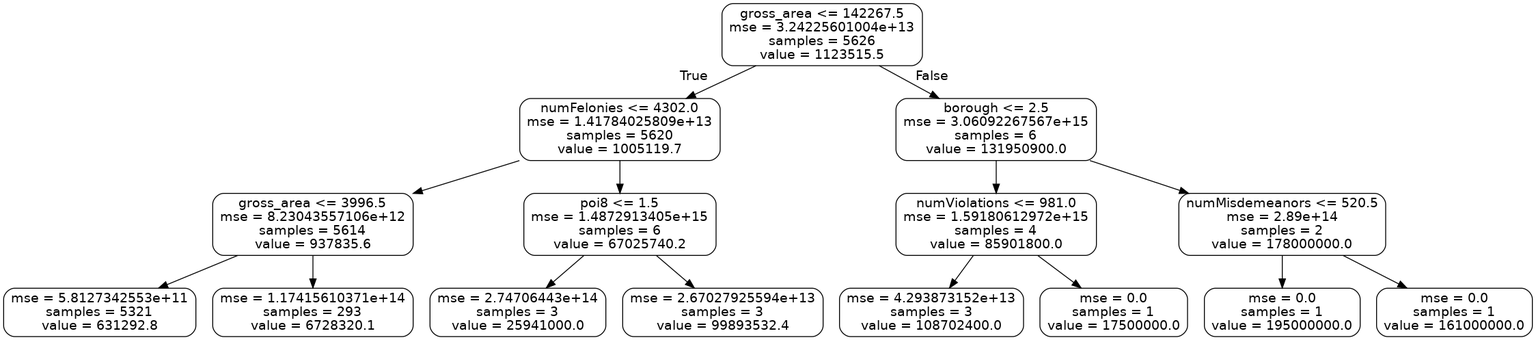
fegan104/cs586-team2 keeps this Graphviz diagram as Project2/small_tree.png. Above is the earlier version. Its source is kept beside it as Project2/small_tree.dot.
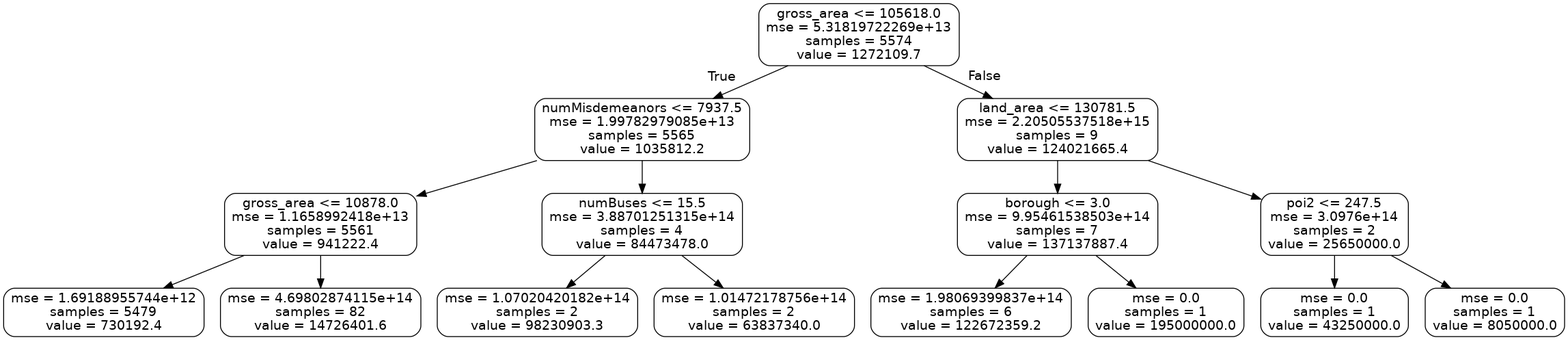
After the commit.

Diff of the diagram source:
```diff
@@ -1,33 +1,33 @@
 digraph Tree {
 node [shape=box, style="rounded", color="black", fontname=helvetica] ;
 edge [fontname=helvetica] ;
-0 [label="gross_area <= 142267.5\nmse = 3.24225601004e+13\nsamples = 5626\nvalue = 1123515.5"] ;
-1 [label="numFelonies <= 4302.0\nmse = 1.41784025809e+13\nsamples = 5620\nvalue = 1005119.7"] ;
+0 [label="gross_area <= 105618.0\nmse = 5.31819722269e+13\nsamples = 5574\nvalue = 1272109.7"] ;
+1 [label="numMisdemeanors <= 7937.5\nmse = 1.99782979085e+13\nsamples = 5565\nvalue = 1035812.2"] ;
 0 -> 1 [labeldistance=2.5, labelangle=45, headlabel="True"] ;
-2 [label="gross_area <= 3996.5\nmse = 8.23043557106e+12\nsamples = 5614\nvalue = 937835.6"] ;
+2 [label="gross_area <= 10878.0\nmse = 1.1658992418e+13\nsamples = 5561\nvalue = 941222.4"] ;
 1 -> 2 ;
-3 [label="mse = 5.8127342553e+11\nsamples = 5321\nvalue = 631292.8"] ;
+3 [label="mse = 1.69188955744e+12\nsamples = 5479\nvalue = 730192.4"] ;
 2 -> 3 ;
-4 [label="mse = 1.17415610371e+14\nsamples = 293\nvalue = 6728320.1"] ;
+4 [label="mse = 4.69802874115e+14\nsamples = 82\nvalue = 14726401.6"] ;
 2 -> 4 ;
-5 [label="poi8 <= 1.5\nmse = 1.4872913405e+15\nsamples = 6\nvalue = 67025740.2"] ;
+5 [label="numBuses <= 15.5\nmse = 3.88701251315e+14\nsamples = 4\nvalue = 84473478.0"] ;
 1 -> 5 ;
-6 [label="mse = 2.74706443e+14\nsamples = 3\nvalue = 25941000.0"] ;
+6 [label="mse = 1.07020420182e+14\nsamples = 2\nvalue = 98230903.3"] ;
 5 -> 6 ;
-7 [label="mse = 2.67027925594e+13\nsamples = 3\nvalue = 99893532.4"] ;
+7 [label="mse = 1.01472178756e+14\nsamples = 2\nvalue = 63837340.0"] ;
 5 -> 7 ;
-8 [label="borough <= 2.5\nmse = 3.06092267567e+15\nsamples = 6\nvalue = 131950900.0"] ;
+8 [label="land_area <= 130781.5\nmse = 2.20505537518e+15\nsamples = 9\nvalue = 124021665.4"] ;
 0 -> 8 [labeldistance=2.5, labelangle=-45, headlabel="False"] ;
-9 [label="numViolations <= 981.0\nmse = 1.59180612972e+15\nsamples = 4\nvalue = 85901800.0"] ;
+9 [label="borough <= 3.0\nmse = 9.95461538503e+14\nsamples = 7\nvalue = 137137887.4"] ;
 8 -> 9 ;
-10 [label="mse = 4.293873152e+13\nsamples = 3\nvalue = 108702400.0"] ;
+10 [label="mse = 1.98069399837e+14\nsamples = 6\nvalue = 122672359.2"] ;
 9 -> 10 ;
-11 [label="mse = 0.0\nsamples = 1\nvalue = 17500000.0"] ;
+11 [label="mse = 0.0\nsamples = 1\nvalue = 195000000.0"] ;
 9 -> 11 ;
-12 [label="numMisdemeanors <= 520.5\nmse = 2.89e+14\nsamples = 2\nvalue = 178000000.0"] ;
+12 [label="poi2 <= 247.5\nmse = 3.0976e+14\nsamples = 2\nvalue = 25650000.0"] ;
 8 -> 12 ;
-13 [label="mse = 0.0\nsamples = 1\nvalue = 195000000.0"] ;
+13 [label="mse = 0.0\nsamples = 1\nvalue = 43250000.0"] ;
 12 -> 13 ;
-14 [label="mse = 0.0\nsamples = 1\nvalue = 161000000.0"] ;
+14 [label="mse = 0.0\nsamples = 1\nvalue = 8050000.0"] ;
 12 -> 14 ;
 }
```
